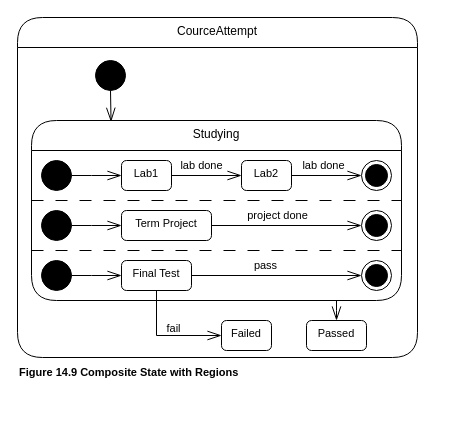
Before: page "14.9" (8 of 34) of drawio/14.2-compound-transition.drawio in showa-yojyo/clipart, a draw.io diagram. Source tidied: cells renumbered, new cells numbered last; positions are measured from the earlier drawing's top-left corner, leaving out a move shared by most shapes. Both pictures are drawn from the tidied source at 100%, with x=0, y=0 at pixel (17, 17).
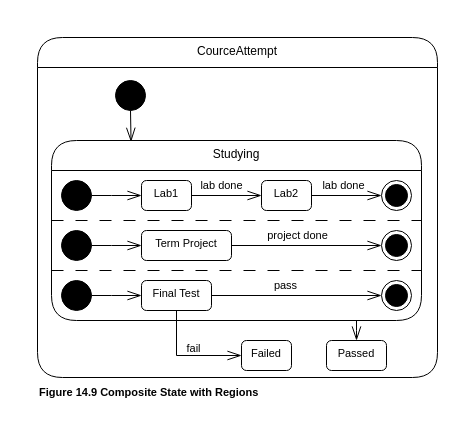
The same diagram, later.

Diff of the diagram source:
```diff
@@
-    <mxCell id="2" style="group;" parent="1" vertex="1">
-      <mxGeometry width="400" height="370" as="geometry" />
-    </mxCell>
-    <mxCell id="3" value="CourceAttempt" style="swimlane;fontStyle=0;align=center;verticalAlign=top;horizontal=1;startSize=30;html=1;rounded=1;absoluteArcSize=1;arcSize=50;whiteSpace=wrap;" parent="2" vertex="1">
-      <mxGeometry width="400" height="340" as="geometry" />
+    <mxCell id="3" value="CourceAttempt" style="swimlane;fontStyle=0;align=center;verticalAlign=top;horizontal=1;startSize=30;html=1;rounded=1;absoluteArcSize=1;arcSize=50;whiteSpace=wrap;fillColor=none;" parent="1" vertex="1">
+      <mxGeometry x="20" y="20" width="400" height="340" as="geometry" />
     </mxCell>
-    <mxCell id="4" style="group;" parent="2" vertex="1">
-      <mxGeometry x="14" y="103" width="370" height="220" as="geometry" />
-    </mxCell>
+    <mxCell id="37" value="&lt;b&gt;Figure 14.9 Composite State with Regions&lt;/b&gt;" style="text;html=1;align=left;verticalAlign=middle;strokeColor=none;fillColor=none;fontSize=11;fontFamily=Helvetica;fontColor=default;" parent="1" vertex="1">
+      <mxGeometry x="20" y="360" width="240" height="30" as="geometry" />
+    </mxCell>
-    <mxCell id="5" style="edgeStyle=orthogonalEdgeStyle;shape=connector;rounded=0;jettySize=auto;html=1;entryX=0.5;entryY=0;entryDx=0;entryDy=0;labelBackgroundColor=default;strokeColor=default;fontFamily=Helvetica;fontSize=11;fontColor=default;endArrow=openThin;endFill=0;endSize=12;" parent="4" edge="1" target="32">
+    <mxCell id="5" style="edgeStyle=orthogonalEdgeStyle;shape=connector;rounded=0;jettySize=auto;html=1;entryX=0.5;entryY=0;entryDx=0;entryDy=0;labelBackgroundColor=default;strokeColor=default;fontFamily=Helvetica;fontSize=11;fontColor=default;endArrow=openThin;endFill=0;endSize=12;" parent="1" edge="1" target="32">
       <mxGeometry relative="1" as="geometry">
-        <mxPoint x="305" y="180" as="sourcePoint" />
+        <mxPoint x="339" y="303" as="sourcePoint" />
         <Array as="points">
-          <mxPoint x="305" y="190" />
-          <mxPoint x="305" y="190" />
+          <mxPoint x="339" y="313" />
+          <mxPoint x="339" y="313" />
         </Array>
       </mxGeometry>
     </mxCell>
-    <mxCell id="6" value="Studying" style="swimlane;fontStyle=0;align=center;verticalAlign=top;horizontal=1;startSize=30;html=1;rounded=1;absoluteArcSize=1;arcSize=50;whiteSpace=wrap;" parent="4" vertex="1">
-      <mxGeometry width="370" height="180" as="geometry" />
+    <mxCell id="6" value="Studying" style="swimlane;fontStyle=0;align=center;verticalAlign=top;horizontal=1;startSize=30;html=1;rounded=1;absoluteArcSize=1;arcSize=50;whiteSpace=wrap;fillColor=none;" parent="1" vertex="1">
+      <mxGeometry x="34" y="123" width="370" height="180" as="geometry" />
     </mxCell>
-    <mxCell id="7" style="group;" parent="4" vertex="1">
-      <mxGeometry x="10" y="40" width="350" height="180" as="geometry" />
-    </mxCell>
+    <mxCell id="34" style="endArrow=none;dashed=1;html=1;dashPattern=12 12;strokeWidth=1;rounded=0;labelBackgroundColor=default;strokeColor=default;fontFamily=Helvetica;fontSize=11;fontColor=default;endSize=12;shape=connector;" parent="1" edge="1">
+      <mxGeometry relative="1" as="geometry">
+        <mxPoint x="34" y="203" as="sourcePoint" />
+        <mxPoint x="404" y="203" as="targetPoint" />
+      </mxGeometry>
+    </mxCell>
+    <mxCell id="35" style="endArrow=none;dashed=1;html=1;dashPattern=12 12;strokeWidth=1;rounded=0;labelBackgroundColor=default;strokeColor=default;fontFamily=Helvetica;fontSize=11;fontColor=default;endSize=12;shape=connector;" parent="1" edge="1">
+      <mxGeometry relative="1" as="geometry">
+        <mxPoint x="34" y="253" as="sourcePoint" />
+        <mxPoint x="404" y="253" as="targetPoint" />
+      </mxGeometry>
+    </mxCell>
+    <mxCell id="36" style="edgeStyle=orthogonalEdgeStyle;shape=connector;rounded=0;jettySize=auto;html=1;exitX=0.5;exitY=1;exitDx=0;exitDy=0;entryX=0.215;entryY=0.007;entryDx=0;entryDy=0;entryPerimeter=0;labelBackgroundColor=default;strokeColor=default;fontFamily=Helvetica;fontSize=11;fontColor=default;endArrow=openThin;endFill=0;endSize=12;" parent="1" edge="1" source="33" target="6">
+      <mxGeometry relative="1" as="geometry" />
+    </mxCell>
-    <mxCell id="8" style="edgeStyle=orthogonalEdgeStyle;rounded=0;jettySize=auto;html=1;exitX=1;exitY=0.5;exitDx=0;exitDy=0;endArrow=openThin;endFill=0;endSize=12;" parent="7" edge="1" source="9">
+    <mxCell id="8" style="edgeStyle=orthogonalEdgeStyle;rounded=0;jettySize=auto;html=1;exitX=1;exitY=0.5;exitDx=0;exitDy=0;endArrow=openThin;endFill=0;endSize=12;" parent="1" edge="1" source="9">
       <mxGeometry relative="1" as="geometry">
-        <mxPoint x="80" y="15" as="targetPoint" />
+        <mxPoint x="124" y="178" as="targetPoint" />
       </mxGeometry>
     </mxCell>
-    <mxCell id="9" style="ellipse;fillColor=strokeColor;html=1;" parent="7" vertex="1">
-      <mxGeometry width="30" height="30" as="geometry" />
+    <mxCell id="9" style="ellipse;fillColor=strokeColor;html=1;" parent="1" vertex="1">
+      <mxGeometry x="44" y="163" width="30" height="30" as="geometry" />
     </mxCell>
-    <mxCell id="10" value="Lab1" style="html=1;align=center;verticalAlign=top;rounded=1;absoluteArcSize=1;arcSize=10;dashed=0;whiteSpace=wrap;fontFamily=Helvetica;fontSize=11;fontColor=default;" parent="7" vertex="1">
-      <mxGeometry x="80" width="50" height="30" as="geometry" />
+    <mxCell id="10" value="Lab1" style="html=1;align=center;verticalAlign=top;rounded=1;absoluteArcSize=1;arcSize=10;dashed=0;whiteSpace=wrap;fontFamily=Helvetica;fontSize=11;fontColor=default;fillColor=none;" parent="1" vertex="1">
+      <mxGeometry x="124" y="163" width="50" height="30" as="geometry" />
     </mxCell>
-    <mxCell id="11" value="Lab2" style="html=1;align=center;verticalAlign=top;rounded=1;absoluteArcSize=1;arcSize=10;dashed=0;whiteSpace=wrap;fontFamily=Helvetica;fontSize=11;fontColor=default;" parent="7" vertex="1">
-      <mxGeometry x="200" width="50" height="30" as="geometry" />
+    <mxCell id="11" value="Lab2" style="html=1;align=center;verticalAlign=top;rounded=1;absoluteArcSize=1;arcSize=10;dashed=0;whiteSpace=wrap;fontFamily=Helvetica;fontSize=11;fontColor=default;fillColor=none;" parent="1" vertex="1">
+      <mxGeometry x="244" y="163" width="50" height="30" as="geometry" />
     </mxCell>
-    <mxCell id="12" style="edgeStyle=orthogonalEdgeStyle;shape=connector;rounded=0;jettySize=auto;html=1;labelBackgroundColor=default;strokeColor=default;fontFamily=Helvetica;fontSize=11;fontColor=default;endArrow=openThin;endFill=0;endSize=12;" parent="7" edge="1" source="10" target="11">
+    <mxCell id="12" style="edgeStyle=orthogonalEdgeStyle;shape=connector;rounded=0;jettySize=auto;html=1;labelBackgroundColor=default;strokeColor=default;fontFamily=Helvetica;fontSize=11;fontColor=default;endArrow=openThin;endFill=0;endSize=12;" parent="1" edge="1" source="10" target="11">
       <mxGeometry relative="1" as="geometry" />
     </mxCell>
@@
-    <mxCell id="14" style="ellipse;html=1;shape=endState;fillColor=strokeColor;fontFamily=Helvetica;fontSize=11;fontColor=default;" parent="7" vertex="1">
-      <mxGeometry x="320" width="30" height="30" as="geometry" />
+    <mxCell id="14" style="ellipse;html=1;shape=endState;fillColor=strokeColor;fontFamily=Helvetica;fontSize=11;fontColor=default;" parent="1" vertex="1">
+      <mxGeometry x="364" y="163" width="30" height="30" as="geometry" />
     </mxCell>
-    <mxCell id="15" style="edgeStyle=orthogonalEdgeStyle;shape=connector;rounded=0;jettySize=auto;html=1;exitX=1;exitY=0.5;exitDx=0;exitDy=0;labelBackgroundColor=default;strokeColor=default;fontFamily=Helvetica;fontSize=11;fontColor=default;endArrow=openThin;endFill=0;endSize=12;" parent="7" edge="1" source="11" target="14">
+    <mxCell id="15" style="edgeStyle=orthogonalEdgeStyle;shape=connector;rounded=0;jettySize=auto;html=1;exitX=1;exitY=0.5;exitDx=0;exitDy=0;labelBackgroundColor=default;strokeColor=default;fontFamily=Helvetica;fontSize=11;fontColor=default;endArrow=openThin;endFill=0;endSize=12;" parent="1" edge="1" source="11" target="14">
       <mxGeometry relative="1" as="geometry" />
     </mxCell>
@@
-    <mxCell id="17" style="edgeStyle=orthogonalEdgeStyle;rounded=0;jettySize=auto;html=1;exitX=1;exitY=0.5;exitDx=0;exitDy=0;endArrow=openThin;endFill=0;endSize=12;" parent="7" edge="1" source="18">
+    <mxCell id="17" style="edgeStyle=orthogonalEdgeStyle;rounded=0;jettySize=auto;html=1;exitX=1;exitY=0.5;exitDx=0;exitDy=0;endArrow=openThin;endFill=0;endSize=12;" parent="1" edge="1" source="18">
       <mxGeometry relative="1" as="geometry">
-        <mxPoint x="80" y="65" as="targetPoint" />
+        <mxPoint x="124" y="228" as="targetPoint" />
       </mxGeometry>
     </mxCell>
-    <mxCell id="18" style="ellipse;fillColor=strokeColor;html=1;" parent="7" vertex="1">
-      <mxGeometry y="50" width="30" height="30" as="geometry" />
+    <mxCell id="18" style="ellipse;fillColor=strokeColor;html=1;" parent="1" vertex="1">
+      <mxGeometry x="44" y="213" width="30" height="30" as="geometry" />
     </mxCell>
-    <mxCell id="19" value="Term Project" style="html=1;align=center;verticalAlign=top;rounded=1;absoluteArcSize=1;arcSize=10;dashed=0;whiteSpace=wrap;fontFamily=Helvetica;fontSize=11;fontColor=default;" parent="7" vertex="1">
-      <mxGeometry x="80" y="50" width="90" height="30" as="geometry" />
+    <mxCell id="19" value="Term Project" style="html=1;align=center;verticalAlign=top;rounded=1;absoluteArcSize=1;arcSize=10;dashed=0;whiteSpace=wrap;fontFamily=Helvetica;fontSize=11;fontColor=default;fillColor=none;" parent="1" vertex="1">
+      <mxGeometry x="124" y="213" width="90" height="30" as="geometry" />
     </mxCell>
-    <mxCell id="20" style="ellipse;html=1;shape=endState;fillColor=strokeColor;fontFamily=Helvetica;fontSize=11;fontColor=default;" parent="7" vertex="1">
-      <mxGeometry x="320" y="50" width="30" height="30" as="geometry" />
+    <mxCell id="20" style="ellipse;html=1;shape=endState;fillColor=strokeColor;fontFamily=Helvetica;fontSize=11;fontColor=default;" parent="1" vertex="1">
+      <mxGeometry x="364" y="213" width="30" height="30" as="geometry" />
     </mxCell>
-    <mxCell id="21" style="edgeStyle=orthogonalEdgeStyle;shape=connector;rounded=0;jettySize=auto;html=1;exitX=1;exitY=0.5;exitDx=0;exitDy=0;labelBackgroundColor=default;strokeColor=default;fontFamily=Helvetica;fontSize=11;fontColor=default;endArrow=openThin;endFill=0;endSize=12;" parent="7" edge="1" source="19" target="20">
+    <mxCell id="21" style="edgeStyle=orthogonalEdgeStyle;shape=connector;rounded=0;jettySize=auto;html=1;exitX=1;exitY=0.5;exitDx=0;exitDy=0;labelBackgroundColor=default;strokeColor=default;fontFamily=Helvetica;fontSize=11;fontColor=default;endArrow=openThin;endFill=0;endSize=12;" parent="1" edge="1" source="19" target="20">
       <mxGeometry relative="1" as="geometry" />
     </mxCell>
@@
-    <mxCell id="23" style="edgeStyle=orthogonalEdgeStyle;rounded=0;jettySize=auto;html=1;exitX=1;exitY=0.5;exitDx=0;exitDy=0;endArrow=openThin;endFill=0;endSize=12;" parent="7" edge="1" source="24">
+    <mxCell id="23" style="edgeStyle=orthogonalEdgeStyle;rounded=0;jettySize=auto;html=1;exitX=1;exitY=0.5;exitDx=0;exitDy=0;endArrow=openThin;endFill=0;endSize=12;" parent="1" edge="1" source="24">
       <mxGeometry relative="1" as="geometry">
-        <mxPoint x="80" y="115" as="targetPoint" />
+        <mxPoint x="124" y="278" as="targetPoint" />
       </mxGeometry>
     </mxCell>
-    <mxCell id="24" style="ellipse;fillColor=strokeColor;html=1;" parent="7" vertex="1">
-      <mxGeometry y="100" width="30" height="30" as="geometry" />
+    <mxCell id="24" style="ellipse;fillColor=strokeColor;html=1;" parent="1" vertex="1">
+      <mxGeometry x="44" y="263" width="30" height="30" as="geometry" />
     </mxCell>
-    <mxCell id="25" style="edgeStyle=orthogonalEdgeStyle;shape=connector;rounded=0;jettySize=auto;html=1;entryX=0;entryY=0.5;entryDx=0;entryDy=0;labelBackgroundColor=default;strokeColor=default;fontFamily=Helvetica;fontSize=11;fontColor=default;endArrow=openThin;endFill=0;endSize=12;exitX=0.5;exitY=1;exitDx=0;exitDy=0;" parent="7" edge="1" source="27" target="31">
+    <mxCell id="25" style="edgeStyle=orthogonalEdgeStyle;shape=connector;rounded=0;jettySize=auto;html=1;entryX=0;entryY=0.5;entryDx=0;entryDy=0;labelBackgroundColor=default;strokeColor=default;fontFamily=Helvetica;fontSize=11;fontColor=default;endArrow=openThin;endFill=0;endSize=12;exitX=0.5;exitY=1;exitDx=0;exitDy=0;" parent="1" edge="1" source="27" target="31">
       <mxGeometry relative="1" as="geometry" />
     </mxCell>
@@
-    <mxCell id="27" value="Final Test" style="html=1;align=center;verticalAlign=top;rounded=1;absoluteArcSize=1;arcSize=10;dashed=0;whiteSpace=wrap;fontFamily=Helvetica;fontSize=11;fontColor=default;" parent="7" vertex="1">
-      <mxGeometry x="80" y="100" width="70" height="30" as="geometry" />
+    <mxCell id="27" value="Final Test" style="html=1;align=center;verticalAlign=top;rounded=1;absoluteArcSize=1;arcSize=10;dashed=0;whiteSpace=wrap;fontFamily=Helvetica;fontSize=11;fontColor=default;fillColor=none;" parent="1" vertex="1">
+      <mxGeometry x="124" y="263" width="70" height="30" as="geometry" />
     </mxCell>
-    <mxCell id="28" style="ellipse;html=1;shape=endState;fillColor=strokeColor;fontFamily=Helvetica;fontSize=11;fontColor=default;" parent="7" vertex="1">
-      <mxGeometry x="320" y="100" width="30" height="30" as="geometry" />
+    <mxCell id="28" style="ellipse;html=1;shape=endState;fillColor=strokeColor;fontFamily=Helvetica;fontSize=11;fontColor=default;" parent="1" vertex="1">
+      <mxGeometry x="364" y="263" width="30" height="30" as="geometry" />
     </mxCell>
-    <mxCell id="29" style="edgeStyle=orthogonalEdgeStyle;shape=connector;rounded=0;jettySize=auto;html=1;exitX=1;exitY=0.5;exitDx=0;exitDy=0;labelBackgroundColor=default;strokeColor=default;fontFamily=Helvetica;fontSize=11;fontColor=default;endArrow=openThin;endFill=0;endSize=12;" parent="7" edge="1" source="27" target="28">
+    <mxCell id="29" style="edgeStyle=orthogonalEdgeStyle;shape=connector;rounded=0;jettySize=auto;html=1;exitX=1;exitY=0.5;exitDx=0;exitDy=0;labelBackgroundColor=default;strokeColor=default;fontFamily=Helvetica;fontSize=11;fontColor=default;endArrow=openThin;endFill=0;endSize=12;" parent="1" edge="1" source="27" target="28">
       <mxGeometry relative="1" as="geometry" />
     </mxCell>
@@
-    <mxCell id="31" value="Failed" style="html=1;align=center;verticalAlign=top;rounded=1;absoluteArcSize=1;arcSize=10;dashed=0;whiteSpace=wrap;fontFamily=Helvetica;fontSize=11;fontColor=default;" parent="7" vertex="1">
-      <mxGeometry x="180" y="160" width="50" height="30" as="geometry" />
+    <mxCell id="31" value="Failed" style="html=1;align=center;verticalAlign=top;rounded=1;absoluteArcSize=1;arcSize=10;dashed=0;whiteSpace=wrap;fontFamily=Helvetica;fontSize=11;fontColor=default;fillColor=none;" parent="1" vertex="1">
+      <mxGeometry x="224" y="323" width="50" height="30" as="geometry" />
     </mxCell>
-    <mxCell id="32" value="Passed" style="html=1;align=center;verticalAlign=top;rounded=1;absoluteArcSize=1;arcSize=10;dashed=0;whiteSpace=wrap;fontFamily=Helvetica;fontSize=11;fontColor=default;" parent="7" vertex="1">
-      <mxGeometry x="265" y="160" width="60" height="30" as="geometry" />
+    <mxCell id="32" value="Passed" style="html=1;align=center;verticalAlign=top;rounded=1;absoluteArcSize=1;arcSize=10;dashed=0;whiteSpace=wrap;fontFamily=Helvetica;fontSize=11;fontColor=default;fillColor=none;" parent="1" vertex="1">
+      <mxGeometry x="309" y="323" width="60" height="30" as="geometry" />
     </mxCell>
-    <mxCell id="33" style="ellipse;fillColor=strokeColor;html=1;" parent="7" vertex="1">
-      <mxGeometry x="54" y="-100" width="30" height="30" as="geometry" />
+    <mxCell id="33" style="ellipse;fillColor=strokeColor;html=1;" parent="1" vertex="1">
+      <mxGeometry x="98" y="63" width="30" height="30" as="geometry" />
     </mxCell>
-    <mxCell id="34" style="endArrow=none;dashed=1;html=1;dashPattern=12 12;strokeWidth=1;rounded=0;labelBackgroundColor=default;strokeColor=default;fontFamily=Helvetica;fontSize=11;fontColor=default;endSize=12;shape=connector;" parent="4" edge="1">
-      <mxGeometry relative="1" as="geometry">
-        <mxPoint y="80" as="sourcePoint" />
-        <mxPoint x="370" y="80" as="targetPoint" />
-      </mxGeometry>
-    </mxCell>
-    <mxCell id="35" style="endArrow=none;dashed=1;html=1;dashPattern=12 12;strokeWidth=1;rounded=0;labelBackgroundColor=default;strokeColor=default;fontFamily=Helvetica;fontSize=11;fontColor=default;endSize=12;shape=connector;" parent="4" edge="1">
-      <mxGeometry relative="1" as="geometry">
-        <mxPoint y="130" as="sourcePoint" />
-        <mxPoint x="370" y="130" as="targetPoint" />
-      </mxGeometry>
-    </mxCell>
-    <mxCell id="36" style="edgeStyle=orthogonalEdgeStyle;shape=connector;rounded=0;jettySize=auto;html=1;exitX=0.5;exitY=1;exitDx=0;exitDy=0;entryX=0.215;entryY=0.007;entryDx=0;entryDy=0;entryPerimeter=0;labelBackgroundColor=default;strokeColor=default;fontFamily=Helvetica;fontSize=11;fontColor=default;endArrow=openThin;endFill=0;endSize=12;" parent="4" edge="1" source="33" target="6">
-      <mxGeometry relative="1" as="geometry" />
-    </mxCell>
-    <mxCell id="37" value="&lt;b&gt;Figure 14.9 Composite State with Regions&lt;/b&gt;" style="text;html=1;align=left;verticalAlign=middle;strokeColor=none;fillColor=none;fontSize=11;fontFamily=Helvetica;fontColor=default;" parent="2" vertex="1">
-      <mxGeometry y="340" width="240" height="30" as="geometry" />
-    </mxCell>
```
